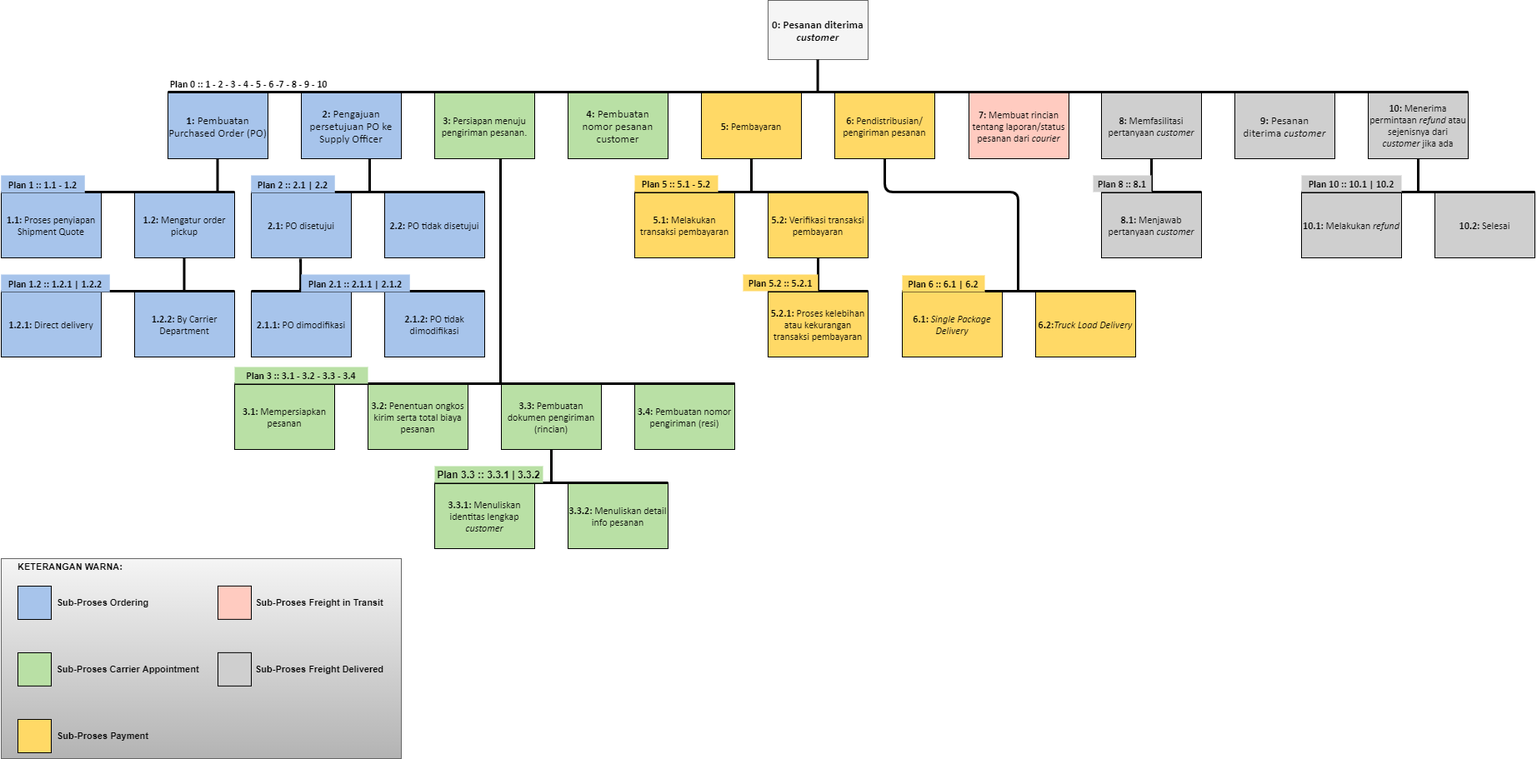
This is z - files/HTA_Hierarchical Task Analysis.png from Group-2-UI-TE/nocobot, a draw.io export, as it was before one commit. Source tidied: cells renumbered, new cells last; positions are measured from the earlier drawing's top-left corner, leaving out a move shared by most shapes.
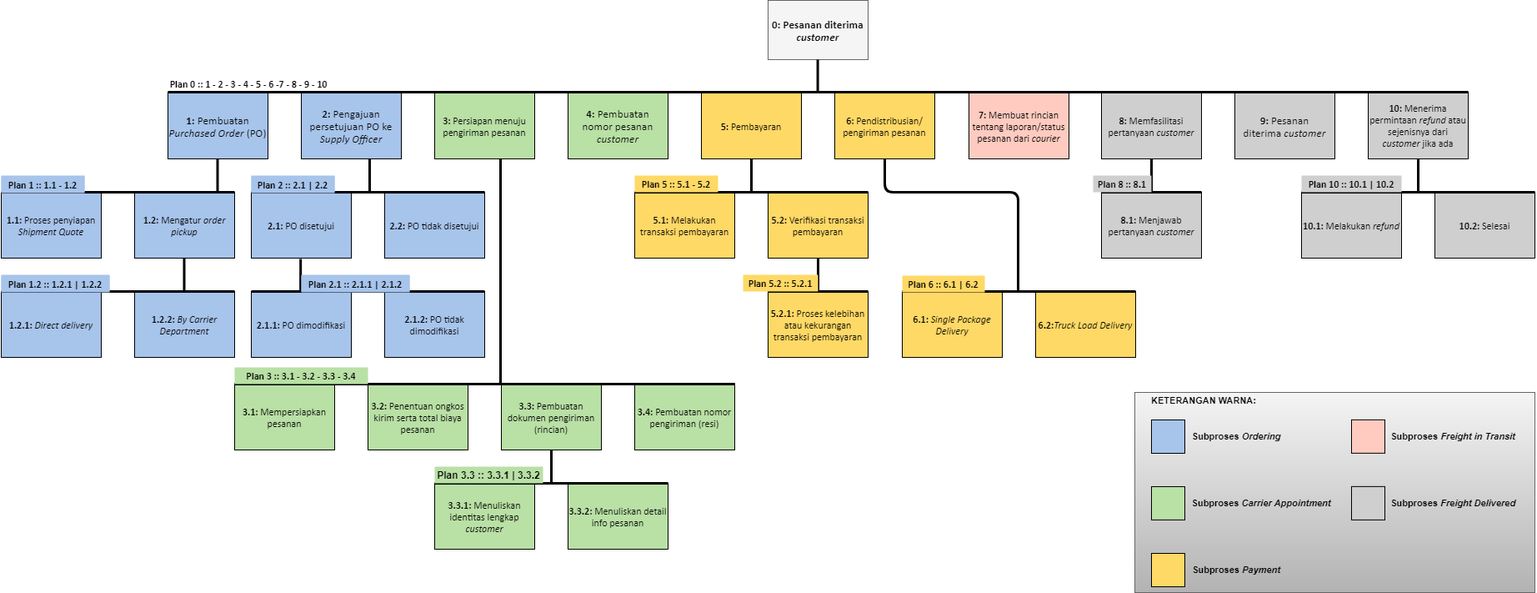
After the change.

What changed in the source:
```diff
@@ -3,7 +3,7 @@
     <mxCell id="0" />
     <mxCell id="1" parent="0" />
     <mxCell id="2" style="rounded=0.2;whiteSpace=wrap;html=1;fontSize=11;fillColor=#f5f5f5;strokeColor=#666666;gradientColor=#b3b3b3;" parent="1" vertex="1">
-      <mxGeometry y="670" width="480" height="240" as="geometry" />
+      <mxGeometry x="1360" y="470" width="480" height="240" as="geometry" />
     </mxCell>
     <mxCell id="3" value="&lt;b&gt;10: &lt;/b&gt;Menerima permintaan &lt;i&gt;refund&lt;/i&gt;&amp;nbsp;atau sejenisnya dari &lt;i&gt;customer&lt;/i&gt;&amp;nbsp;jika ada" style="rounded=0;whiteSpace=wrap;html=1;fillColor=#CFCFCF;fontFamily=Calibri;" parent="1" vertex="1">
       <mxGeometry x="1640" y="110" width="120" height="80" as="geometry" />
@@ -35,19 +35,19 @@
     <mxCell id="11" style="rounded=0;whiteSpace=wrap;html=1;" parent="1" vertex="1">
       <mxGeometry x="360" y="110" width="120" height="60" as="geometry" />
     </mxCell>
-    <mxCell id="12" value="&lt;strong style=&quot;font-size: 10pt;&quot;&gt;1:&lt;/strong&gt;&lt;span style=&quot;font-size: 10pt;&quot;&gt; Pembuatan Purchased&amp;nbsp;&lt;/span&gt;&lt;span style=&quot;font-size: 10pt;&quot;&gt;Order (PO)&lt;/span&gt;" style="rounded=0;whiteSpace=wrap;html=1;fillColor=#A7C4EB;fontFamily=Calibri;" parent="1" vertex="1">
+    <mxCell id="12" value="&lt;strong style=&quot;font-size: 10pt&quot;&gt;1:&lt;/strong&gt;&lt;span style=&quot;font-size: 10pt&quot;&gt; Pembuatan &lt;i&gt;Purchased&amp;nbsp;&lt;/i&gt;&lt;/span&gt;&lt;span style=&quot;font-size: 10pt&quot;&gt;&lt;i&gt;Order&lt;/i&gt; (PO)&lt;/span&gt;" style="rounded=0;whiteSpace=wrap;html=1;fillColor=#A7C4EB;fontFamily=Calibri;" parent="1" vertex="1">
       <mxGeometry x="200" y="111" width="120" height="79" as="geometry" />
     </mxCell>
-    <mxCell id="13" value="&lt;strong style=&quot;font-size: 10pt;&quot;&gt;2: &lt;/strong&gt;&lt;span style=&quot;font-size: 10pt;&quot;&gt;Pengajuan persetujuan&amp;nbsp;&lt;/span&gt;&lt;span style=&quot;font-size: 10pt;&quot;&gt;PO ke Supply Officer&lt;/span&gt;" style="rounded=0;whiteSpace=wrap;html=1;fillColor=#A7C4EB;fontFamily=Calibri;" parent="1" vertex="1">
+    <mxCell id="13" value="&lt;strong style=&quot;font-size: 10pt&quot;&gt;2: &lt;/strong&gt;&lt;span style=&quot;font-size: 10pt&quot;&gt;Pengajuan persetujuan&amp;nbsp;&lt;/span&gt;&lt;span style=&quot;font-size: 10pt&quot;&gt;PO ke &lt;i&gt;Supply Officer&lt;/i&gt;&lt;/span&gt;" style="rounded=0;whiteSpace=wrap;html=1;fillColor=#A7C4EB;fontFamily=Calibri;" parent="1" vertex="1">
       <mxGeometry x="360" y="111" width="120" height="79" as="geometry" />
     </mxCell>
-    <mxCell id="14" value="&lt;strong style=&quot;font-size: 10pt;&quot;&gt;4:&lt;/strong&gt;&lt;span style=&quot;font-size: 10pt;&quot;&gt; Pembuatan nomor&amp;nbsp;&lt;/span&gt;&lt;span style=&quot;font-size: 10pt;&quot;&gt;pesanan customer&lt;/span&gt;&lt;span style=&quot;font-size: 10pt;&quot;&gt;&lt;br&gt;&lt;/span&gt;" style="rounded=0;whiteSpace=wrap;html=1;fillColor=#B9E0A5;fontFamily=Calibri;" parent="1" vertex="1">
+    <mxCell id="14" value="&lt;strong style=&quot;font-size: 10pt&quot;&gt;4:&lt;/strong&gt;&lt;span style=&quot;font-size: 10pt&quot;&gt; Pembuatan nomor&amp;nbsp;&lt;/span&gt;&lt;span style=&quot;font-size: 10pt&quot;&gt;pesanan &lt;i&gt;customer&lt;/i&gt;&lt;/span&gt;&lt;span style=&quot;font-size: 10pt&quot;&gt;&lt;br&gt;&lt;/span&gt;" style="rounded=0;whiteSpace=wrap;html=1;fillColor=#B9E0A5;fontFamily=Calibri;" parent="1" vertex="1">
       <mxGeometry x="680" y="111" width="120" height="79" as="geometry" />
     </mxCell>
     <mxCell id="15" value="&lt;b&gt;5: &lt;/b&gt;Pembayaran" style="rounded=0;whiteSpace=wrap;html=1;fillColor=#FFD966;fontFamily=Calibri;" parent="1" vertex="1">
       <mxGeometry x="840" y="111" width="120" height="79" as="geometry" />
     </mxCell>
-    <mxCell id="16" value="&lt;b&gt;3: &lt;/b&gt;Persiapan menuju pengiriman pesanan." style="rounded=0;whiteSpace=wrap;html=1;fillColor=#B9E0A5;fontFamily=Calibri;" parent="1" vertex="1">
+    <mxCell id="16" value="&lt;b&gt;3: &lt;/b&gt;Persiapan menuju pengiriman pesanan" style="rounded=0;whiteSpace=wrap;html=1;fillColor=#B9E0A5;fontFamily=Calibri;" parent="1" vertex="1">
       <mxGeometry x="520" y="111" width="120" height="79" as="geometry" />
     </mxCell>
     <mxCell id="17" value="&lt;b&gt;8: &lt;/b&gt;Memfasilitasi pertanyaan &lt;i&gt;customer&lt;/i&gt;" style="rounded=0;whiteSpace=wrap;html=1;fillColor=#CFCFCF;fontFamily=Calibri;" parent="1" vertex="1">
@@ -88,10 +88,10 @@
         </Array>
       </mxGeometry>
     </mxCell>
-    <mxCell id="26" value="&lt;b&gt;1.1: &lt;/b&gt;Proses penyiapan Shipment Quote" style="rounded=0;whiteSpace=wrap;html=1;fillColor=#A7C4EB;fontFamily=Calibri;" parent="1" vertex="1">
+    <mxCell id="26" value="&lt;b&gt;1.1: &lt;/b&gt;Proses penyiapan &lt;i&gt;Shipment Quote&lt;/i&gt;" style="rounded=0;whiteSpace=wrap;html=1;fillColor=#A7C4EB;fontFamily=Calibri;" parent="1" vertex="1">
       <mxGeometry y="230" width="120" height="79" as="geometry" />
     </mxCell>
-    <mxCell id="27" value="&lt;b&gt;1.2: &lt;/b&gt;Mengatur order pickup" style="rounded=0;whiteSpace=wrap;html=1;fillColor=#A7C4EB;fontFamily=Calibri;" parent="1" vertex="1">
+    <mxCell id="27" value="&lt;b&gt;1.2: &lt;/b&gt;Mengatur &lt;i&gt;order pickup&lt;/i&gt;" style="rounded=0;whiteSpace=wrap;html=1;fillColor=#A7C4EB;fontFamily=Calibri;" parent="1" vertex="1">
       <mxGeometry x="160" y="230" width="120" height="79" as="geometry" />
     </mxCell>
     <mxCell id="28" style="endArrow=none;html=1;strokeWidth=3;exitX=1;exitY=0;exitDx=0;exitDy=0;entryX=0;entryY=0;entryDx=0;entryDy=0;fillColor=#00F7FF;" parent="1" edge="1" source="27" target="26">
@@ -106,10 +106,10 @@
         </Array>
       </mxGeometry>
     </mxCell>
-    <mxCell id="30" value="&lt;b&gt;1.2.1:&lt;/b&gt;&amp;nbsp;Direct delivery" style="rounded=0;whiteSpace=wrap;html=1;fillColor=#A7C4EB;fontFamily=Calibri;" parent="1" vertex="1">
+    <mxCell id="30" value="&lt;b&gt;1.2.1:&lt;/b&gt;&amp;nbsp;&lt;i&gt;Direct delivery&lt;/i&gt;" style="rounded=0;whiteSpace=wrap;html=1;fillColor=#A7C4EB;fontFamily=Calibri;" parent="1" vertex="1">
       <mxGeometry y="349" width="120" height="79" as="geometry" />
     </mxCell>
-    <mxCell id="31" value="&lt;b&gt;1.2.2: &lt;/b&gt;By Carrier Department" style="rounded=0;whiteSpace=wrap;html=1;fillColor=#A7C4EB;fontFamily=Calibri;" parent="1" vertex="1">
+    <mxCell id="31" value="&lt;b&gt;1.2.2: &lt;/b&gt;&lt;i&gt;By Carrier Department&lt;/i&gt;" style="rounded=0;whiteSpace=wrap;html=1;fillColor=#A7C4EB;fontFamily=Calibri;" parent="1" vertex="1">
       <mxGeometry x="160" y="349" width="120" height="79" as="geometry" />
     </mxCell>
     <mxCell id="32" style="endArrow=none;html=1;strokeWidth=3;exitX=1;exitY=0;exitDx=0;exitDy=0;entryX=0;entryY=0;entryDx=0;entryDy=0;fillColor=#00F7FF;" parent="1" edge="1" source="31" target="30">
@@ -295,38 +295,38 @@
         <mxPoint x="979.6" y="111" as="targetPoint" />
       </mxGeometry>
     </mxCell>
-    <mxCell id="78" value="Sub-Proses Ordering" style="text;html=1;strokeColor=none;fillColor=none;align=center;verticalAlign=middle;whiteSpace=wrap;rounded=0;fontStyle=1;fontSize=11;" parent="1" vertex="1">
-      <mxGeometry x="62" y="713" width="120" height="20" as="geometry" />
+    <mxCell id="78" value="Subproses &lt;i&gt;Ordering&lt;/i&gt;" style="text;html=1;strokeColor=none;fillColor=none;align=center;verticalAlign=middle;whiteSpace=wrap;rounded=0;fontStyle=1;fontSize=11;" parent="1" vertex="1">
+      <mxGeometry x="1422" y="513" width="120" height="20" as="geometry" />
     </mxCell>
-    <mxCell id="79" value="Sub-Proses Carrier Appointment" style="text;html=1;strokeColor=none;fillColor=none;align=center;verticalAlign=middle;whiteSpace=wrap;rounded=0;fontStyle=1;fontSize=11;" parent="1" vertex="1">
-      <mxGeometry x="62" y="792.9" width="180" height="20" as="geometry" />
+    <mxCell id="79" value="Subproses &lt;i&gt;Carrier Appointment&lt;/i&gt;" style="text;html=1;strokeColor=none;fillColor=none;align=center;verticalAlign=middle;whiteSpace=wrap;rounded=0;fontStyle=1;fontSize=11;" parent="1" vertex="1">
+      <mxGeometry x="1422" y="592.9" width="180" height="20" as="geometry" />
     </mxCell>
-    <mxCell id="80" value="Sub-Proses Payment" style="text;html=1;strokeColor=none;fillColor=none;align=center;verticalAlign=middle;whiteSpace=wrap;rounded=0;fontStyle=1;fontSize=11;" parent="1" vertex="1">
-      <mxGeometry x="62" y="873" width="120" height="20" as="geometry" />
+    <mxCell id="80" value="Subproses &lt;i&gt;Payment&lt;/i&gt;" style="text;html=1;strokeColor=none;fillColor=none;align=center;verticalAlign=middle;whiteSpace=wrap;rounded=0;fontStyle=1;fontSize=11;" parent="1" vertex="1">
+      <mxGeometry x="1422" y="673" width="120" height="20" as="geometry" />
     </mxCell>
-    <mxCell id="81" value="Sub-Proses Freight in Transit" style="text;html=1;strokeColor=none;fillColor=none;align=center;verticalAlign=middle;whiteSpace=wrap;rounded=0;fontStyle=1;fontSize=11;" parent="1" vertex="1">
-      <mxGeometry x="302" y="712.9" width="160" height="20" as="geometry" />
+    <mxCell id="81" value="Subproses &lt;i&gt;Freight in Transit&lt;/i&gt;" style="text;html=1;strokeColor=none;fillColor=none;align=center;verticalAlign=middle;whiteSpace=wrap;rounded=0;fontStyle=1;fontSize=11;" parent="1" vertex="1">
+      <mxGeometry x="1662" y="512.9" width="160" height="20" as="geometry" />
     </mxCell>
-    <mxCell id="82" value="Sub-Proses Freight Delivered" style="text;html=1;strokeColor=none;fillColor=none;align=center;verticalAlign=middle;whiteSpace=wrap;rounded=0;fontStyle=1;fontSize=11;" parent="1" vertex="1">
-      <mxGeometry x="302" y="792.9" width="160" height="20" as="geometry" />
+    <mxCell id="82" value="Subproses &lt;i&gt;Freight Delivered&lt;/i&gt;" style="text;html=1;strokeColor=none;fillColor=none;align=center;verticalAlign=middle;whiteSpace=wrap;rounded=0;fontStyle=1;fontSize=11;" parent="1" vertex="1">
+      <mxGeometry x="1662" y="592.9" width="160" height="20" as="geometry" />
     </mxCell>
     <mxCell id="83" style="rounded=0;whiteSpace=wrap;html=1;fillColor=#A7C4EB;" parent="1" vertex="1">
-      <mxGeometry x="20" y="703" width="40" height="40" as="geometry" />
+      <mxGeometry x="1380" y="503" width="40" height="40" as="geometry" />
     </mxCell>
     <mxCell id="84" style="rounded=0;whiteSpace=wrap;html=1;fillColor=#B9E0A5;" parent="1" vertex="1">
-      <mxGeometry x="20" y="783" width="40" height="39.9" as="geometry" />
+      <mxGeometry x="1380" y="583" width="40" height="39.9" as="geometry" />
     </mxCell>
     <mxCell id="85" style="rounded=0;whiteSpace=wrap;html=1;fillColor=#FFD966;" parent="1" vertex="1">
-      <mxGeometry x="20" y="863" width="40" height="40" as="geometry" />
+      <mxGeometry x="1380" y="663" width="40" height="40" as="geometry" />
     </mxCell>
     <mxCell id="86" style="rounded=0;whiteSpace=wrap;html=1;fillColor=#FFCBC0;" parent="1" vertex="1">
-      <mxGeometry x="260" y="702.9" width="40" height="40" as="geometry" />
+      <mxGeometry x="1620" y="502.9" width="40" height="40" as="geometry" />
     </mxCell>
     <mxCell id="87" style="rounded=0;whiteSpace=wrap;html=1;fillColor=#CFCFCF;" parent="1" vertex="1">
-      <mxGeometry x="260" y="782.9" width="40" height="40" as="geometry" />
+      <mxGeometry x="1620" y="582.9" width="40" height="40" as="geometry" />
     </mxCell>
     <mxCell id="88" value="KETERANGAN WARNA:" style="text;html=1;strokeColor=none;fillColor=none;align=center;verticalAlign=middle;whiteSpace=wrap;rounded=0;fontStyle=1;fontSize=11;" parent="1" vertex="1">
-      <mxGeometry x="16" y="670" width="134" height="20" as="geometry" />
+      <mxGeometry x="1376" y="470" width="134" height="20" as="geometry" />
     </mxCell>
     <mxCell id="89" value="Plan 0 :: 1 - 2 - 3 - 4 - 5 - 6 -7 - 8 - 9 - 10" style="text;html=1;strokeColor=none;fillColor=none;align=center;verticalAlign=middle;whiteSpace=wrap;rounded=0;fontStyle=1;fontFamily=Calibri;" parent="1" vertex="1">
       <mxGeometry x="187" y="90" width="220" height="20" as="geometry" />
```
